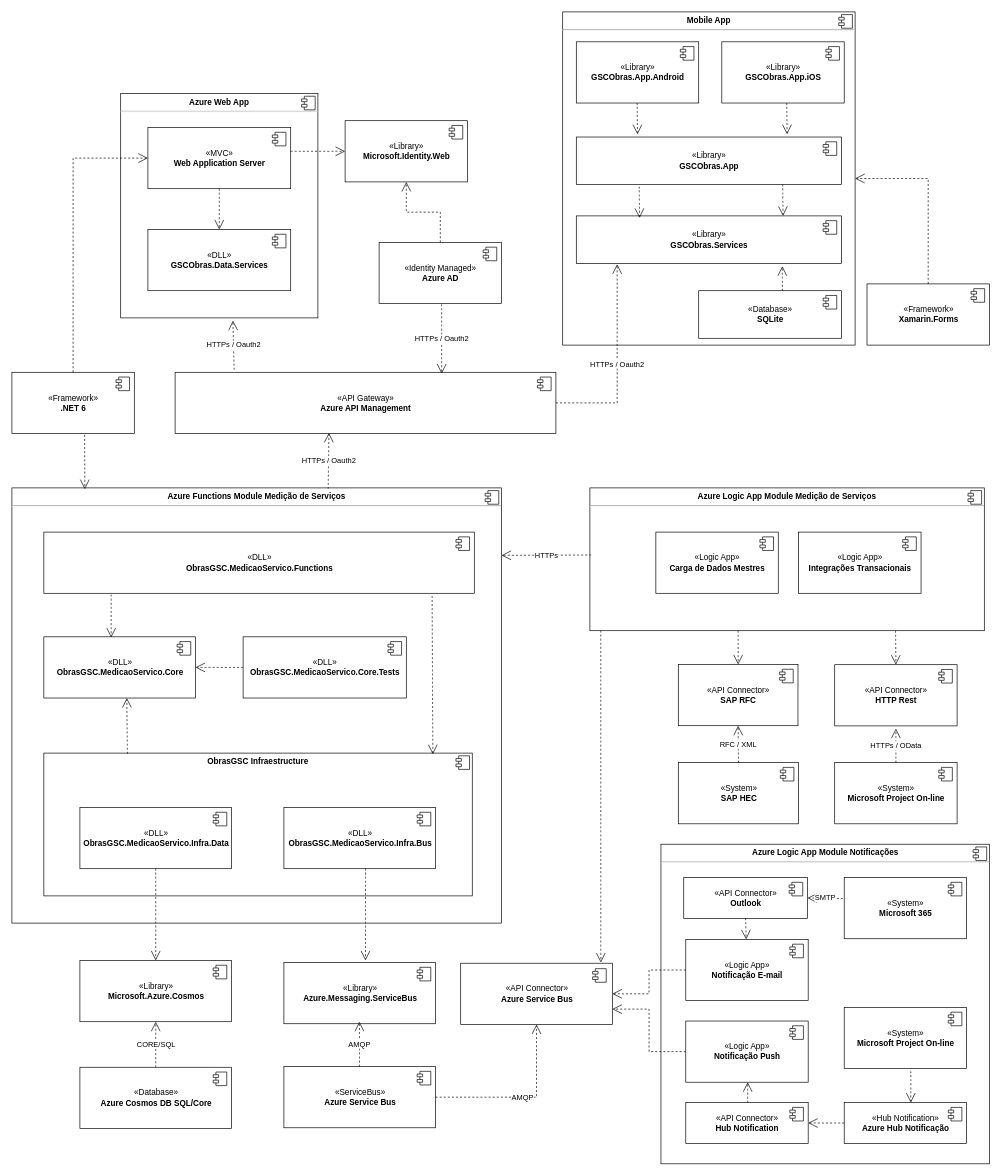
Above: page "Componentes" (3 of 4) of docs/etapa2/diagramas-pucminas-2021.drawio in aizefler/pucminas (draw.io), before the change. Source tidied: cells renumbered, new cells numbered last; positions are measured from the earlier drawing's top-left corner, leaving out a move shared by most shapes. Both pictures are drawn from the tidied source at 68%, with x=0, y=0 at pixel (12, 12).
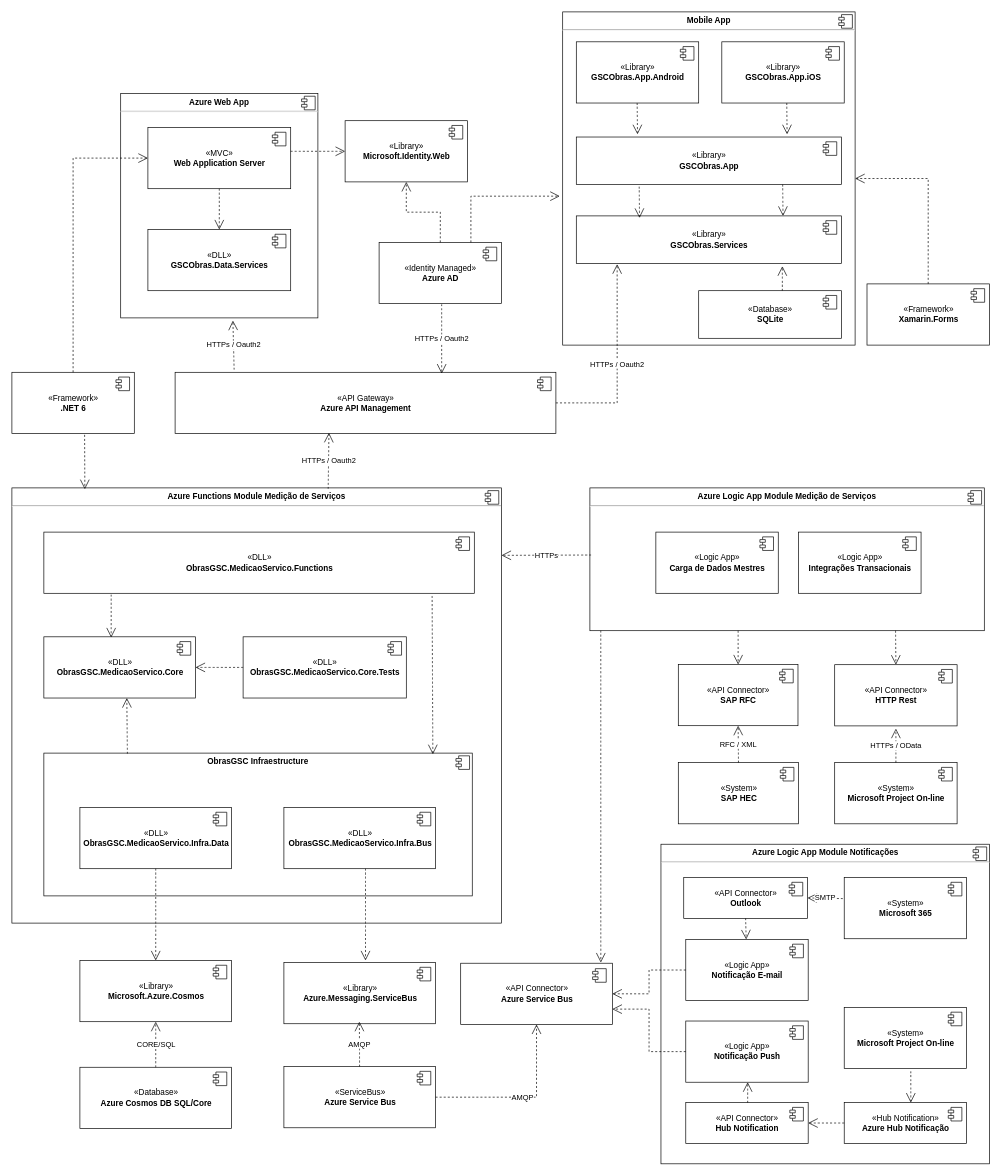
The same page after the edit.

Commit message:
Ajustes de referências AAD Mobile App

The change refers to these unchanged cells:
```xml
<mxCell id="41" value="«Identity Managed»&lt;br&gt;&lt;b&gt;Azure AD&lt;/b&gt;" style="html=1;" parent="1" vertex="1">
  <mxGeometry x="540" y="339" width="180" height="90" as="geometry" />
</mxCell>
<mxCell id="100" value="&lt;p style=&quot;margin: 0px ; margin-top: 6px ; text-align: center&quot;&gt;&lt;b&gt;Mobile App&lt;/b&gt;&lt;/p&gt;&lt;hr&gt;&lt;p style=&quot;margin: 0px ; margin-left: 8px&quot;&gt;&lt;br&gt;&lt;/p&gt;" style="align=left;overflow=fill;html=1;" parent="1" vertex="1">
  <mxGeometry x="810" width="430" height="490" as="geometry" />
</mxCell>
```

The edit, as a diff of the source:
```diff
@@
+    <mxCell id="121" style="endArrow=open;endSize=12;dashed=1;html=1;rounded=0;labelBackgroundColor=#FFFFFF;entryX=-0.01;entryY=0.553;entryDx=0;entryDy=0;exitX=0.75;exitY=0;exitDx=0;exitDy=0;edgeStyle=orthogonalEdgeStyle;entryPerimeter=0;" parent="1" edge="1" source="41" target="100">
+      <mxGeometry relative="1" as="geometry" />
+    </mxCell>
```
